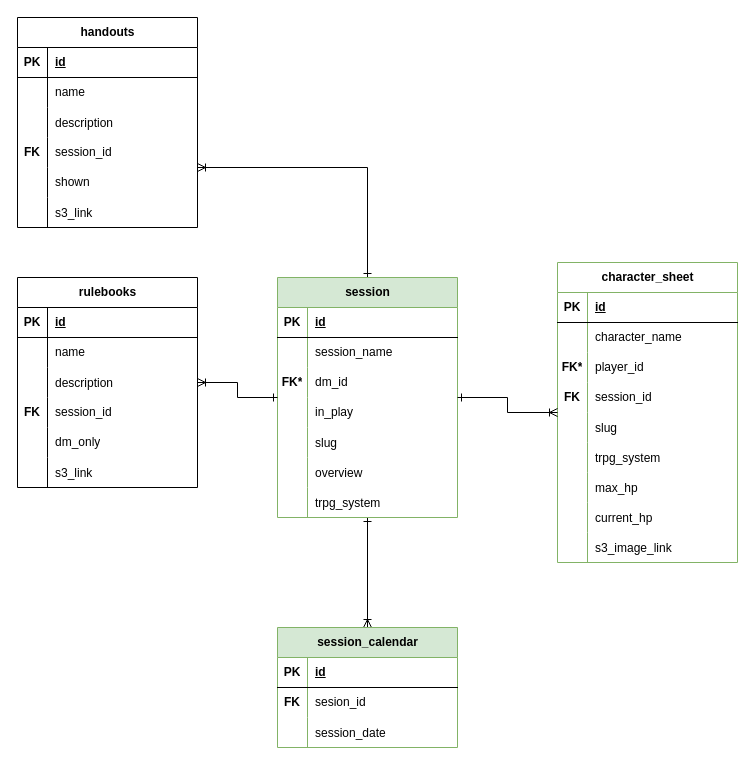
hannaBanannaOF/hbsites-architecture keeps this draw.io diagram as page "QuestMaster - Core" (1 of 4) of databasemodel.drawio. Above is the earlier version. Source tidied: cells renumbered, new cells numbered last; positions are measured from the earlier drawing's top-left corner, leaving out a move shared by most shapes. Both pictures are drawn from the tidied source at 100%, with x=0, y=0 at pixel (17, 17).
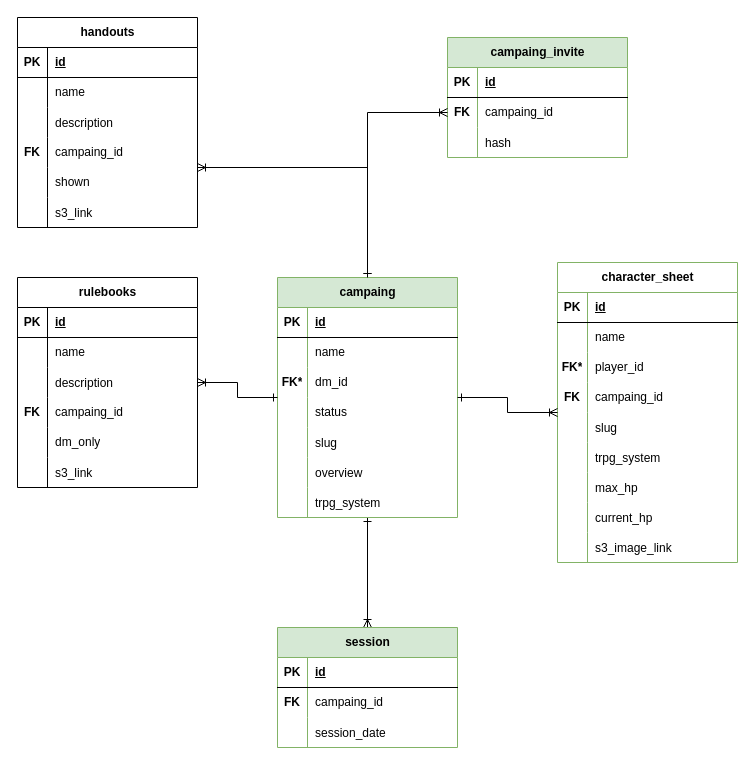
After the change.

Unchanged cells that the change refers to:
```xml
<mxCell id="8" style="shape=tableRow;horizontal=0;startSize=0;swimlaneHead=0;swimlaneBody=0;fillColor=none;top=0;left=0;right=0;bottom=0;" parent="4" vertex="1">
  <mxGeometry y="60" width="180" height="30" as="geometry" />
</mxCell>
<mxCell id="14" style="shape=tableRow;horizontal=0;startSize=0;swimlaneHead=0;swimlaneBody=0;fillColor=none;top=0;left=0;right=0;bottom=0;" parent="4" vertex="1">
  <mxGeometry y="120" width="180" height="30" as="geometry" />
</mxCell>
<mxCell id="30" style="shape=tableRow;horizontal=0;startSize=0;swimlaneHead=0;swimlaneBody=0;fillColor=none;top=0;left=0;right=0;bottom=0;" parent="26" vertex="1">
  <mxGeometry y="60" width="180" height="30" as="geometry" />
</mxCell>
<mxCell id="36" style="shape=tableRow;horizontal=0;startSize=0;swimlaneHead=0;swimlaneBody=0;fillColor=none;top=0;left=0;right=0;bottom=0;" parent="26" vertex="1">
  <mxGeometry y="120" width="180" height="30" as="geometry" />
</mxCell>
<mxCell id="65" style="shape=tableRow;horizontal=0;startSize=0;swimlaneHead=0;swimlaneBody=0;fillColor=none;top=0;left=0;right=0;bottom=0;" parent="55" vertex="1">
  <mxGeometry y="120" width="180" height="30" as="geometry" />
</mxCell>
<mxCell id="79" style="shape=tableRow;horizontal=0;startSize=0;swimlaneHead=0;swimlaneBody=0;fillColor=none;top=0;left=0;right=0;bottom=0;" parent="75" vertex="1">
  <mxGeometry y="60" width="180" height="30" as="geometry" />
</mxCell>
<mxCell id="95" style="shape=tableRow;horizontal=0;startSize=0;swimlaneHead=0;swimlaneBody=0;fillColor=none;top=0;left=0;right=0;bottom=0;" parent="85" vertex="1">
  <mxGeometry y="120" width="180" height="30" as="geometry" />
</mxCell>
```

Change to the diagram source:
```diff
@@
-    <mxCell id="4" value="session" style="shape=table;startSize=30;childLayout=tableLayout;rowLines=0;fontStyle=1;align=center;html=1;fillColor=#d5e8d4;strokeColor=#82b366;fontColor=#000000;" parent="1" vertex="1">
+    <mxCell id="4" value="campaing" style="shape=table;startSize=30;childLayout=tableLayout;rowLines=0;fontStyle=1;align=center;html=1;fillColor=#d5e8d4;strokeColor=#82b366;fontColor=#000000;" parent="1" vertex="1">
       <mxGeometry x="260" y="260" width="180" height="240" as="geometry" />
     </mxCell>
@@
-    <mxCell id="10" value="session_name" style="shape=partialRectangle;fillColor=none;top=0;left=0;bottom=0;right=0;align=left;spacingLeft=6;overflow=hidden;whiteSpace=wrap;html=1;" parent="8" vertex="1">
+    <mxCell id="10" value="name" style="shape=partialRectangle;fillColor=none;top=0;left=0;bottom=0;right=0;align=left;spacingLeft=6;overflow=hidden;whiteSpace=wrap;html=1;" parent="8" vertex="1">
       <mxGeometry x="30" width="150" height="30" as="geometry" />
     </mxCell>
@@
-    <mxCell id="16" value="in_play" style="shape=partialRectangle;fillColor=none;top=0;left=0;bottom=0;right=0;align=left;spacingLeft=6;overflow=hidden;whiteSpace=wrap;html=1;" parent="14" vertex="1">
+    <mxCell id="16" value="status" style="shape=partialRectangle;fillColor=none;top=0;left=0;bottom=0;right=0;align=left;spacingLeft=6;overflow=hidden;whiteSpace=wrap;html=1;" parent="14" vertex="1">
       <mxGeometry x="30" width="150" height="30" as="geometry" />
     </mxCell>
@@
-    <mxCell id="32" value="character_name" style="shape=partialRectangle;fillColor=none;top=0;left=0;bottom=0;right=0;align=left;spacingLeft=6;overflow=hidden;whiteSpace=wrap;html=1;" parent="30" vertex="1">
+    <mxCell id="32" value="name" style="shape=partialRectangle;fillColor=none;top=0;left=0;bottom=0;right=0;align=left;spacingLeft=6;overflow=hidden;whiteSpace=wrap;html=1;" parent="30" vertex="1">
       <mxGeometry x="30" width="150" height="30" as="geometry" />
     </mxCell>
@@
-    <mxCell id="38" value="session_id" style="shape=partialRectangle;fillColor=none;top=0;left=0;bottom=0;right=0;align=left;spacingLeft=6;overflow=hidden;whiteSpace=wrap;html=1;" parent="36" vertex="1">
+    <mxCell id="38" value="campaing_id" style="shape=partialRectangle;fillColor=none;top=0;left=0;bottom=0;right=0;align=left;spacingLeft=6;overflow=hidden;whiteSpace=wrap;html=1;" parent="36" vertex="1">
       <mxGeometry x="30" width="150" height="30" as="geometry" />
     </mxCell>
@@
-    <mxCell id="67" value="session_id" style="shape=partialRectangle;fillColor=none;top=0;left=0;bottom=0;right=0;align=left;spacingLeft=6;overflow=hidden;whiteSpace=wrap;html=1;" parent="65" vertex="1">
+    <mxCell id="67" value="campaing_id" style="shape=partialRectangle;fillColor=none;top=0;left=0;bottom=0;right=0;align=left;spacingLeft=6;overflow=hidden;whiteSpace=wrap;html=1;" parent="65" vertex="1">
       <mxGeometry x="30" width="150" height="30" as="geometry" />
     </mxCell>
@@
-    <mxCell id="75" value="session_calendar" style="shape=table;startSize=30;childLayout=tableLayout;rowLines=0;fontStyle=1;align=center;html=1;fillColor=#d5e8d4;strokeColor=#82b366;fontColor=#000000;" parent="1" vertex="1">
+    <mxCell id="75" value="session" style="shape=table;startSize=30;childLayout=tableLayout;rowLines=0;fontStyle=1;align=center;html=1;fillColor=#d5e8d4;strokeColor=#82b366;fontColor=#000000;" parent="1" vertex="1">
       <mxGeometry x="260" y="610" width="180" height="120" as="geometry" />
     </mxCell>
@@
-    <mxCell id="81" value="sesion_id" style="shape=partialRectangle;fillColor=none;top=0;left=0;bottom=0;right=0;align=left;spacingLeft=6;overflow=hidden;whiteSpace=wrap;html=1;" parent="79" vertex="1">
+    <mxCell id="81" value="campaing_id" style="shape=partialRectangle;fillColor=none;top=0;left=0;bottom=0;right=0;align=left;spacingLeft=6;overflow=hidden;whiteSpace=wrap;html=1;" parent="79" vertex="1">
       <mxGeometry x="30" width="150" height="30" as="geometry" />
     </mxCell>
@@
-    <mxCell id="97" value="session_id" style="shape=partialRectangle;fillColor=none;top=0;left=0;bottom=0;right=0;align=left;spacingLeft=6;overflow=hidden;whiteSpace=wrap;html=1;" parent="95" vertex="1">
+    <mxCell id="97" value="campaing_id" style="shape=partialRectangle;fillColor=none;top=0;left=0;bottom=0;right=0;align=left;spacingLeft=6;overflow=hidden;whiteSpace=wrap;html=1;" parent="95" vertex="1">
       <mxGeometry x="30" width="150" height="30" as="geometry" />
     </mxCell>
@@
+    <mxCell id="104" value="campaing_invite" style="shape=table;startSize=30;childLayout=tableLayout;rowLines=0;fontStyle=1;align=center;html=1;fillColor=#d5e8d4;strokeColor=#82b366;fontColor=#000000;" parent="1" vertex="1">
+      <mxGeometry x="430" y="20" width="180" height="120" as="geometry" />
+    </mxCell>
+    <mxCell id="105" style="shape=tableRow;horizontal=0;startSize=0;swimlaneHead=0;swimlaneBody=0;fillColor=none;top=0;left=0;right=0;bottom=1;" parent="104" vertex="1">
+      <mxGeometry y="30" width="180" height="30" as="geometry" />
+    </mxCell>
+    <mxCell id="106" value="PK" style="shape=partialRectangle;fillColor=none;top=0;left=0;bottom=0;right=0;fontStyle=1;overflow=hidden;whiteSpace=wrap;html=1;" parent="105" vertex="1">
+      <mxGeometry width="30" height="30" as="geometry" />
+    </mxCell>
+    <mxCell id="107" value="id" style="shape=partialRectangle;fillColor=none;top=0;left=0;bottom=0;right=0;align=left;spacingLeft=6;fontStyle=5;overflow=hidden;whiteSpace=wrap;html=1;" parent="105" vertex="1">
+      <mxGeometry x="30" width="150" height="30" as="geometry" />
+    </mxCell>
+    <mxCell id="108" style="shape=tableRow;horizontal=0;startSize=0;swimlaneHead=0;swimlaneBody=0;fillColor=none;points=[[0,0.5],[1,0.5]];portConstraint=eastwest;top=0;left=0;right=0;bottom=0;" parent="104" vertex="1">
+      <mxGeometry y="60" width="180" height="30" as="geometry" />
+    </mxCell>
+    <mxCell id="109" value="&lt;b&gt;FK&lt;/b&gt;" style="shape=partialRectangle;fillColor=none;top=0;left=0;bottom=0;right=0;overflow=hidden;whiteSpace=wrap;html=1;" parent="108" vertex="1">
+      <mxGeometry width="30" height="30" as="geometry" />
+    </mxCell>
+    <mxCell id="110" value="campaing_id" style="shape=partialRectangle;fillColor=none;top=0;left=0;bottom=0;right=0;align=left;spacingLeft=6;overflow=hidden;whiteSpace=wrap;html=1;" parent="108" vertex="1">
+      <mxGeometry x="30" width="150" height="30" as="geometry" />
+    </mxCell>
+    <mxCell id="111" style="shape=tableRow;horizontal=0;startSize=0;swimlaneHead=0;swimlaneBody=0;fillColor=none;top=0;left=0;right=0;bottom=0;" parent="104" vertex="1">
+      <mxGeometry y="90" width="180" height="30" as="geometry" />
+    </mxCell>
+    <mxCell id="112" style="shape=partialRectangle;fillColor=none;top=0;left=0;bottom=0;right=0;overflow=hidden;" parent="111" vertex="1">
+      <mxGeometry width="30" height="30" as="geometry" />
+    </mxCell>
+    <mxCell id="113" value="hash" style="shape=partialRectangle;fillColor=none;top=0;left=0;bottom=0;right=0;align=left;spacingLeft=6;overflow=hidden;" parent="111" vertex="1">
+      <mxGeometry x="30" width="150" height="30" as="geometry" />
+    </mxCell>
+    <mxCell id="114" style="edgeStyle=orthogonalEdgeStyle;rounded=0;jettySize=auto;html=1;startArrow=ERone;startFill=0;endArrow=ERoneToMany;endFill=0;entryX=0;entryY=0.5;entryDx=0;entryDy=0;exitX=0.5;exitY=0;exitDx=0;exitDy=0;" parent="1" edge="1" source="4" target="108">
+      <mxGeometry relative="1" as="geometry">
+        <Array as="points">
+          <mxPoint x="350" y="95" />
+        </Array>
+      </mxGeometry>
+    </mxCell>
```
